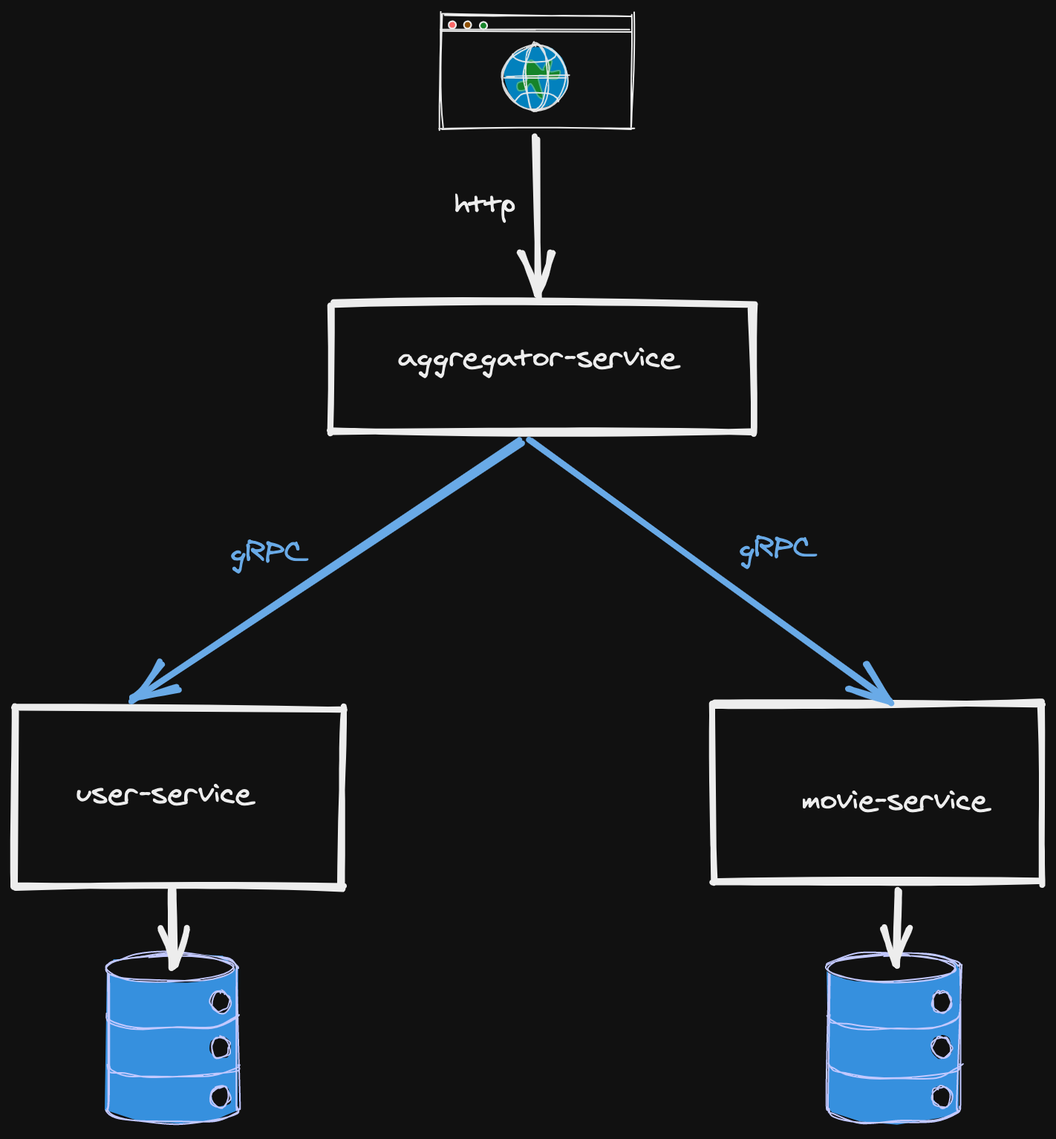
guedim/spring-projects keeps this Excalidraw diagram as grpc-flix/services.png. Above is the earlier version. Source tidied: one line per element, renumbered; positions are measured from the earlier drawing's top-left corner, leaving out a move shared by most shapes.
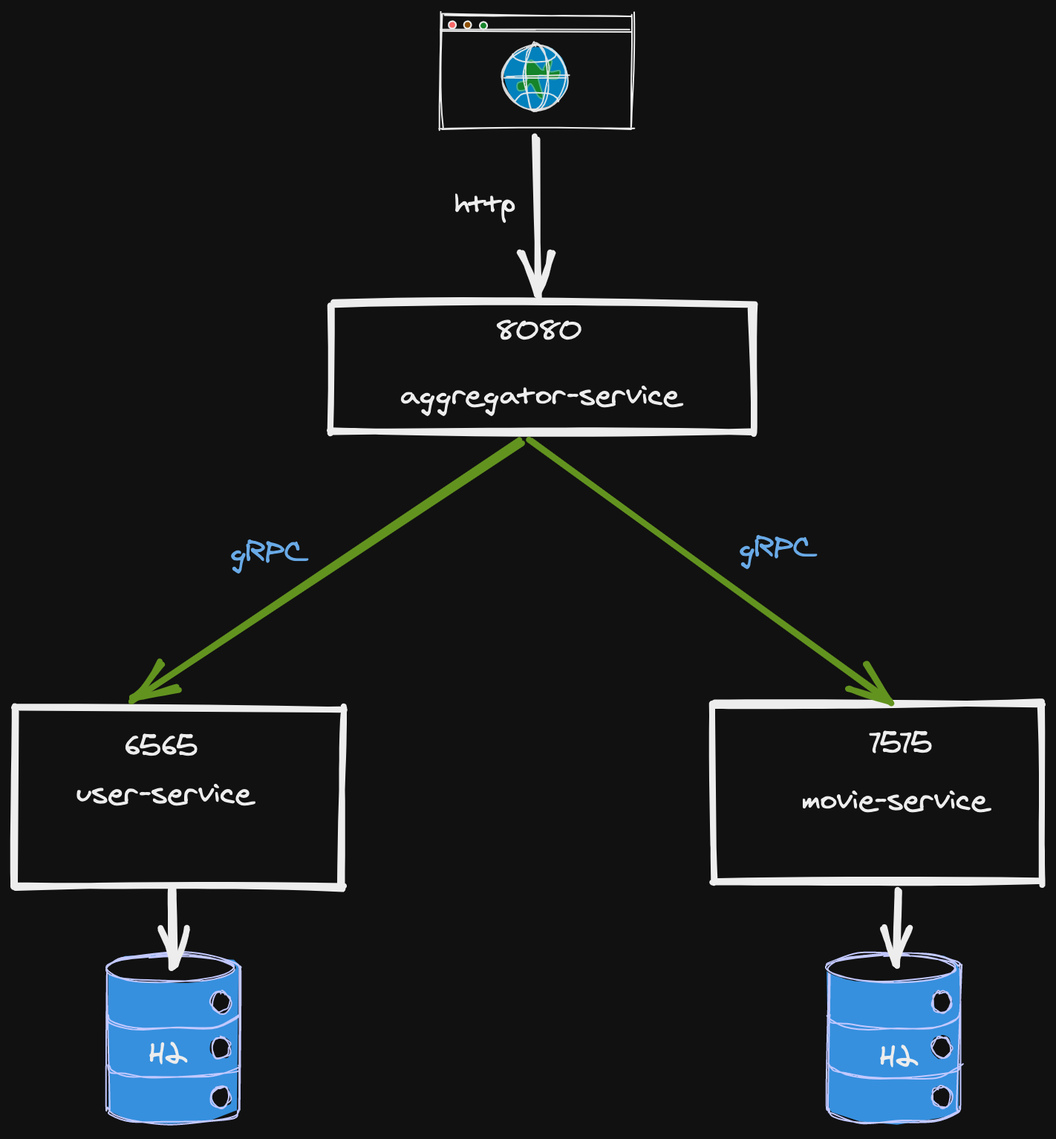
The same file after the commit.

Change to the diagram source:
```diff
@@ -1,20 +1,20 @@
 {"id": 0, "type": "rectangle", "strokeColor": "#000000", "strokeWidth": 4, "roughness": 1, "x": 213, "y": 195, "width": 284, "height": 86}
-{"id": 1, "type": "text", "text": "aggregator-service", "strokeColor": "#000000", "strokeWidth": 4, "roughness": 1, "fontSize": 20, "fontFamily": 1, "x": 258, "y": 218, "width": 188, "height": 25}
+{"id": 1, "type": "text", "text": "aggregator-service", "strokeColor": "#000000", "strokeWidth": 4, "roughness": 1, "fontSize": 20, "fontFamily": 1, "x": 260, "y": 243, "width": 188, "height": 25}
 {"id": 2, "type": "rectangle", "strokeColor": "#000000", "strokeWidth": 4, "roughness": 1, "x": 0, "y": 467, "width": 221, "height": 120}
 {"id": 3, "type": "text", "text": "user-service", "strokeColor": "#000000", "strokeWidth": 4, "roughness": 1, "fontSize": 20, "fontFamily": 1, "textAlign": "center", "verticalAlign": "middle", "x": 41, "y": 511, "width": 118, "height": 25}
 {"id": 4, "type": "rectangle", "strokeColor": "#000000", "strokeWidth": 4, "roughness": 1, "x": 470, "y": 464, "width": 221, "height": 120}
 {"id": 5, "type": "text", "text": "movie-service", "strokeColor": "#000000", "strokeWidth": 4, "roughness": 1, "fontSize": 20, "fontFamily": 1, "textAlign": "center", "verticalAlign": "middle", "x": 530, "y": 516, "width": 125, "height": 25}
-{"id": 6, "type": "arrow", "strokeColor": "#1864ab", "strokeWidth": 4, "roughness": 1, "endArrowhead": "arrow", "from": 0, "to": 2, "x": 340, "y": 287, "width": 261, "height": 174, "points": [[0, 0], [-261, 174]]}
+{"id": 6, "type": "arrow", "strokeColor": "#5c940d", "strokeWidth": 4, "roughness": 1, "endArrowhead": "arrow", "from": 0, "to": 2, "x": 340, "y": 287, "width": 261, "height": 174, "points": [[0, 0], [-261, 174]]}
-{"id": 7, "type": "arrow", "strokeColor": "#1864ab", "strokeWidth": 4, "roughness": 1, "endArrowhead": "arrow", "from": 0, "to": 4, "x": 348, "y": 286, "width": 243, "height": 177, "points": [[0, 0], [243, 177]]}
+{"id": 7, "type": "arrow", "strokeColor": "#5c940d", "strokeWidth": 4, "roughness": 1, "endArrowhead": "arrow", "from": 0, "to": 4, "x": 348, "y": 286, "width": 243, "height": 177, "points": [[0, 0], [243, 177]]}
 {"id": 8, "type": "text", "text": "gRPC", "strokeColor": "#1864ab", "strokeWidth": 4, "roughness": 1, "fontSize": 20, "fontFamily": 1, "x": 145, "y": 349, "width": 52, "height": 25}
 {"id": 9, "type": "text", "text": "gRPC", "strokeColor": "#1864ab", "strokeWidth": 4, "roughness": 1, "fontSize": 20, "fontFamily": 1, "x": 488, "y": 347, "width": 52, "height": 25}
-{"id": 10, "type": "line", "strokeColor": "#0a11d3", "backgroundColor": "#228be6", "fillStyle": "solid", "strokeWidth": 1, "roughness": 1, "x": 62, "y": 641, "width": 88, "height": 114, "points": [[0, 0], [0, 86], [0, 96], [5, 100], [20, 104], [47, 105], [72, 103], [86, 99], [88, 95], [88, 87], [88, 7], [87, 0], [82, -5], [70, -7], [43, -9], [21, -8], [4, -4], [0, 0], [0, 0]]}
+{"id": 10, "type": "line", "strokeColor": "#0a11d3", "backgroundColor": "#228be6", "fillStyle": "solid", "strokeWidth": 1, "roughness": 1, "x": 151, "y": 641, "width": 88, "height": 114, "points": [[0, 0], [0, 86], [0, 96], [-5, 100], [-20, 104], [-47, 105], [-72, 103], [-86, 99], [-88, 95], [-88, 87], [-88, 7], [-87, 0], [-82, -5], [-70, -7], [-43, -9], [-21, -8], [-4, -4], [0, 0], [0, 0]]}
-{"id": 11, "type": "line", "strokeColor": "#0a11d3", "strokeWidth": 1, "roughness": 1, "x": 63, "y": 706, "width": 88, "height": 10, "points": [[0, 0], [2, 4], [12, 7], [26, 9], [47, 9], [71, 8], [85, 3], [88, 0]]}
+{"id": 11, "type": "line", "strokeColor": "#0a11d3", "strokeWidth": 1, "roughness": 1, "x": 63, "y": 707, "width": 88, "height": 10, "points": [[0, 0], [2, 4], [12, 7], [26, 9], [47, 9], [71, 8], [85, 3], [88, 0]]}
 {"id": 12, "type": "line", "strokeColor": "#0a11d3", "strokeWidth": 1, "roughness": 1, "x": 62, "y": 673, "width": 88, "height": 10, "points": [[0, 0], [2, 4], [12, 7], [26, 9], [47, 9], [71, 8], [85, 3], [88, 0]]}
 {"id": 13, "type": "ellipse", "strokeColor": "#0a11d3", "backgroundColor": "#fff", "fillStyle": "solid", "strokeWidth": 1, "roughness": 1, "x": 61, "y": 633, "width": 88, "height": 18}
-{"id": 14, "type": "ellipse", "strokeColor": "#0a11d3", "backgroundColor": "#fff", "fillStyle": "solid", "strokeWidth": 1, "roughness": 1, "x": 132, "y": 658, "width": 13, "height": 14}
+{"id": 14, "type": "ellipse", "strokeColor": "#0a11d3", "backgroundColor": "#fff", "fillStyle": "solid", "strokeWidth": 1, "roughness": 1, "x": 133, "y": 658, "width": 13, "height": 14}
-{"id": 15, "type": "ellipse", "strokeColor": "#0a11d3", "backgroundColor": "#fff", "fillStyle": "solid", "strokeWidth": 1, "roughness": 1, "x": 132, "y": 688, "width": 13, "height": 14}
+{"id": 15, "type": "ellipse", "strokeColor": "#0a11d3", "backgroundColor": "#fff", "fillStyle": "solid", "strokeWidth": 1, "roughness": 1, "x": 133, "y": 688, "width": 13, "height": 14}
-{"id": 16, "type": "ellipse", "strokeColor": "#0a11d3", "backgroundColor": "#fff", "fillStyle": "solid", "strokeWidth": 1, "roughness": 1, "x": 132, "y": 721, "width": 13, "height": 14}
+{"id": 16, "type": "ellipse", "strokeColor": "#0a11d3", "backgroundColor": "#fff", "fillStyle": "solid", "strokeWidth": 1, "roughness": 1, "x": 133, "y": 722, "width": 13, "height": 14}
 {"id": 17, "type": "line", "strokeColor": "#0a11d3", "backgroundColor": "#228be6", "fillStyle": "solid", "strokeWidth": 1, "roughness": 1, "x": 548, "y": 641, "width": 88, "height": 114, "points": [[0, 0], [0, 86], [0, 96], [5, 100], [20, 104], [47, 105], [72, 103], [86, 99], [88, 95], [88, 87], [88, 7], [87, 0], [82, -5], [70, -7], [43, -9], [21, -8], [4, -4], [0, 0], [0, 0]]}
 {"id": 18, "type": "line", "strokeColor": "#0a11d3", "strokeWidth": 1, "roughness": 1, "x": 548, "y": 706, "width": 88, "height": 10, "points": [[0, 0], [2, 4], [12, 7], [26, 9], [47, 9], [71, 8], [85, 3], [88, 0]]}
 {"id": 19, "type": "line", "strokeColor": "#0a11d3", "strokeWidth": 1, "roughness": 1, "x": 547, "y": 673, "width": 88, "height": 10, "points": [[0, 0], [2, 4], [12, 7], [26, 9], [47, 9], [71, 8], [85, 3], [88, 0]]}
@@ -37,3 +37,9 @@
 {"id": 36, "type": "line", "strokeColor": "#000000", "backgroundColor": "#99bcff", "fillStyle": "solid", "strokeWidth": 1, "roughness": 0, "opacity": 90, "x": 337, "y": 58, "width": 29, "height": 6, "points": [[0, 0], [4, -4], [9, -6], [15, -6], [24, -5], [28, -2], [29, 0]]}
 {"id": 37, "type": "arrow", "strokeColor": "#000000", "strokeWidth": 4, "roughness": 1, "endArrowhead": "arrow", "from": 26, "to": 0, "x": 351, "y": 83, "width": 3, "height": 107, "points": [[0, 0], [3, 107]]}
 {"id": 38, "type": "text", "text": "http", "strokeColor": "#000000", "strokeWidth": 4, "roughness": 1, "fontSize": 20, "fontFamily": 1, "x": 296, "y": 114, "width": 41, "height": 25}
+{"id": 39, "type": "text", "strokeColor": "#000000", "strokeWidth": 4, "roughness": 1, "fontSize": 20, "fontFamily": 1, "x": 86, "y": 477, "width": 10, "height": 25}
+{"id": 40, "type": "text", "text": "6565", "strokeColor": "#000000", "strokeWidth": 4, "roughness": 1, "fontSize": 20, "fontFamily": 1, "x": 74, "y": 480, "width": 49, "height": 25}
+{"id": 41, "type": "text", "text": "7575", "strokeColor": "#000000", "strokeWidth": 4, "roughness": 1, "fontSize": 20, "fontFamily": 1, "x": 575, "y": 478, "width": 42, "height": 25}
+{"id": 42, "type": "text", "text": "8080", "strokeColor": "#000000", "strokeWidth": 4, "roughness": 1, "fontSize": 20, "fontFamily": 1, "x": 324, "y": 200, "width": 58, "height": 25}
+{"id": 43, "type": "text", "text": "H2", "strokeColor": "#000000", "strokeWidth": 4, "roughness": 1, "fontSize": 20, "fontFamily": 1, "x": 90, "y": 686, "width": 26, "height": 25}
+{"id": 44, "type": "text", "text": "H2", "strokeColor": "#000000", "strokeWidth": 4, "roughness": 1, "fontSize": 20, "fontFamily": 1, "x": 582, "y": 688, "width": 26, "height": 25}
```
